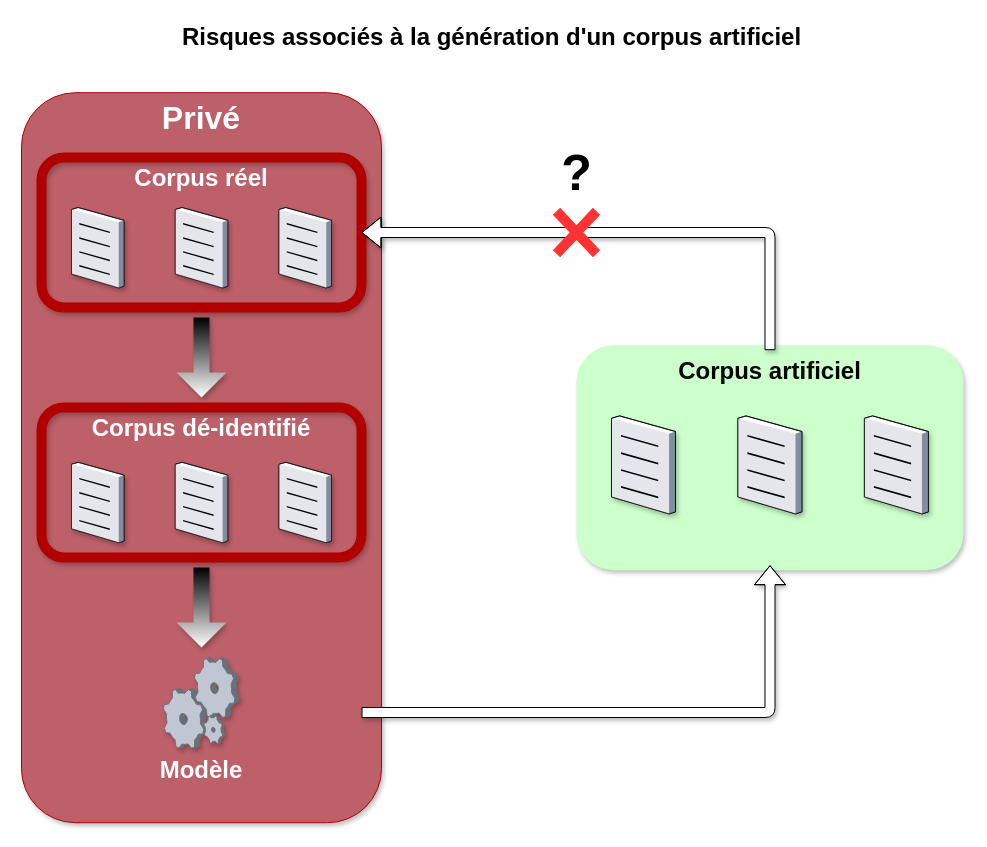
Earlier version of the draw.io diagram Untitled Diagram.drawio (Hiebel/ProjetFouilleDeTexte). Source tidied: cells renumbered, new cells numbered last; positions are measured from the earlier drawing's top-left corner, leaving out a move shared by most shapes. Both pictures are drawn from the tidied source at 100%, with x=0, y=0 at pixel (21, 17).
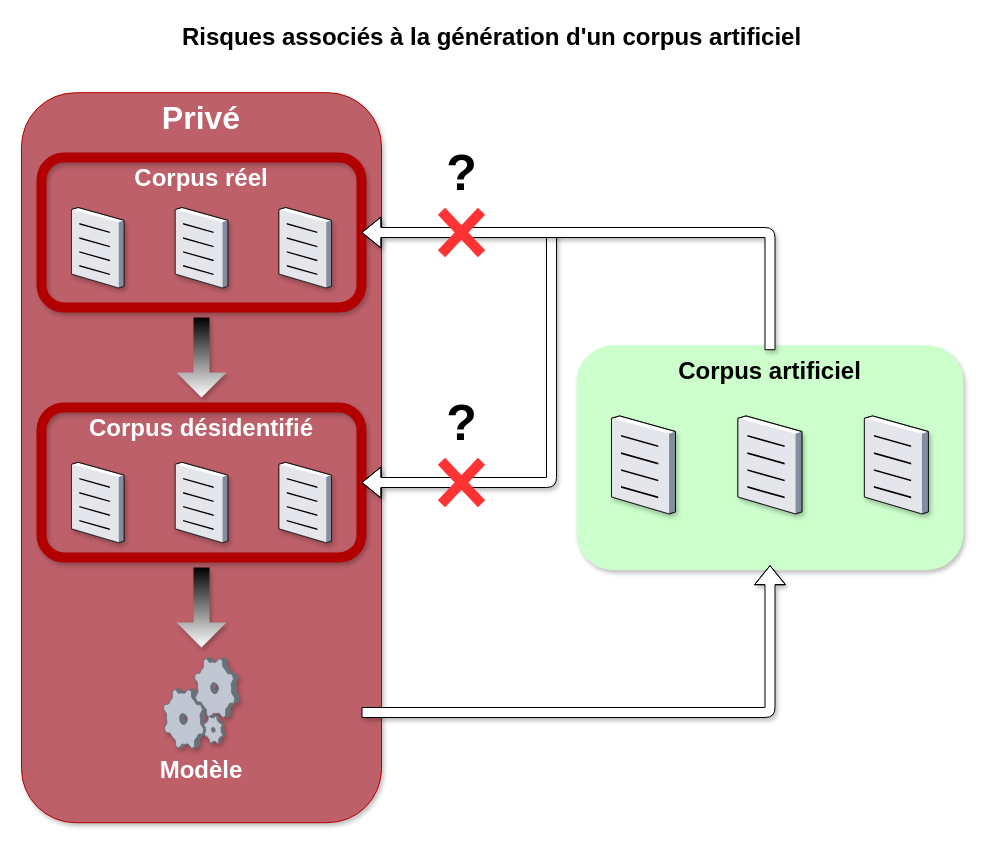
After the change.

The change refers to these unchanged cells:
```xml
<mxCell id="4" style="group;rounded=0;fillColor=none;strokeColor=none;" parent="1" vertex="1">
  <mxGeometry x="20" y="390" width="320" height="150" as="geometry" />
</mxCell>
<mxCell id="13" value="&lt;font style=&quot;font-size: 24px&quot;&gt;Corpus réel&lt;/font&gt;" style="whiteSpace=wrap;html=1;fillColor=none;fontSize=24;strokeColor=#B20000;verticalAlign=top;fontColor=#FFFFFF;perimeterSpacing=0;rounded=1;glass=0;shadow=1;sketch=0;fontStyle=1;labelBorderColor=none;strokeWidth=10;" parent="12" vertex="1">
  <mxGeometry width="320" height="150" as="geometry" />
</mxCell>
<mxCell id="18" value="Corpus artificiel" style="whiteSpace=wrap;html=1;fillColor=#CCFFCC;fontSize=24;strokeColor=#CCFFCC;verticalAlign=top;fontColor=default;perimeterSpacing=0;rounded=1;glass=0;shadow=1;sketch=0;fontStyle=1;labelBorderColor=none;strokeWidth=10;labelBackgroundColor=none;" parent="1" vertex="1">
  <mxGeometry x="560" y="332.7" width="377" height="215" as="geometry" />
</mxCell>
```

What changed in the source:
```diff
@@
-    <mxCell id="5" value="Corpus dé-identifié" style="whiteSpace=wrap;html=1;fillColor=none;fontSize=24;strokeColor=#B20000;verticalAlign=top;fontColor=#ffffff;rounded=1;glass=0;shadow=1;sketch=0;gradientColor=#DCB4BF;gradientDirection=south;strokeWidth=10;fontStyle=1;" parent="4" vertex="1">
+    <mxCell id="5" value="Corpus désidentifié" style="whiteSpace=wrap;html=1;fillColor=none;fontSize=24;strokeColor=#B20000;verticalAlign=top;fontColor=#ffffff;rounded=1;glass=0;shadow=1;sketch=0;gradientColor=#DCB4BF;gradientDirection=south;strokeWidth=10;fontStyle=1;" parent="4" vertex="1">
       <mxGeometry width="320" height="150" as="geometry" />
     </mxCell>
@@
-    <mxCell id="20" style="edgeStyle=orthogonalEdgeStyle;shape=flexArrow;rounded=1;sketch=0;jettySize=auto;html=1;exitX=0.5;exitY=0;exitDx=0;exitDy=0;shadow=1;fontSize=24;fontColor=default;startArrow=none;startFill=0;strokeColor=default;fillColor=#FFFFFF;gradientColor=none;gradientDirection=north;entryX=1;entryY=0.5;entryDx=0;entryDy=0;" parent="1" edge="1" source="18" target="13">
-      <mxGeometry relative="1" as="geometry" />
-    </mxCell>
@@
+    <mxCell id="28" style="edgeStyle=orthogonalEdgeStyle;shape=flexArrow;rounded=1;sketch=0;jettySize=auto;html=1;shadow=1;fontSize=24;fontColor=default;startArrow=none;startFill=0;strokeColor=default;fillColor=#FFFFFF;gradientColor=none;gradientDirection=north;entryX=1;entryY=0.5;entryDx=0;entryDy=0;" parent="1" edge="1" target="5">
+      <mxGeometry relative="1" as="geometry">
+        <mxPoint x="530" y="210" as="sourcePoint" />
+        <Array as="points">
+          <mxPoint x="530" y="210" />
+          <mxPoint x="530" y="465" />
+        </Array>
+      </mxGeometry>
+    </mxCell>
+    <mxCell id="20" style="edgeStyle=orthogonalEdgeStyle;shape=flexArrow;rounded=1;sketch=0;jettySize=auto;html=1;exitX=0.5;exitY=0;exitDx=0;exitDy=0;shadow=1;fontSize=24;fontColor=default;startArrow=none;startFill=0;strokeColor=default;fillColor=#FFFFFF;gradientColor=none;gradientDirection=north;entryX=1;entryY=0.5;entryDx=0;entryDy=0;" parent="1" edge="1" source="18" target="13">
+      <mxGeometry relative="1" as="geometry" />
+    </mxCell>
     <mxCell id="25" style="group;" parent="1" vertex="1">
-      <mxGeometry x="530" y="120" width="50" height="116.2" as="geometry" />
+      <mxGeometry x="415" y="120" width="50" height="116.2" as="geometry" />
     </mxCell>
@@
+    <mxCell id="29" style="group;" parent="1" vertex="1">
+      <mxGeometry x="415" y="370" width="50" height="116.2" as="geometry" />
+    </mxCell>
+    <mxCell id="30" style="shape=umlDestroy;whiteSpace=wrap;html=1;strokeWidth=10;rounded=0;shadow=0;glass=0;labelBackgroundColor=none;labelBorderColor=none;sketch=0;fontSize=24;fontColor=default;fillColor=#FF3333;gradientColor=none;gradientDirection=east;strokeColor=#FF3333;" parent="29" vertex="1">
+      <mxGeometry x="5" y="73.8" width="40" height="42.5" as="geometry" />
+    </mxCell>
+    <mxCell id="31" value="&lt;div style=&quot;font-size: 50px;&quot;&gt;?&lt;/div&gt;" style="text;html=1;align=center;verticalAlign=middle;strokeColor=none;fillColor=none;fontSize=50;fontColor=default;fontStyle=1;" parent="29" vertex="1">
+      <mxGeometry width="50" height="70" as="geometry" />
+    </mxCell>
```
